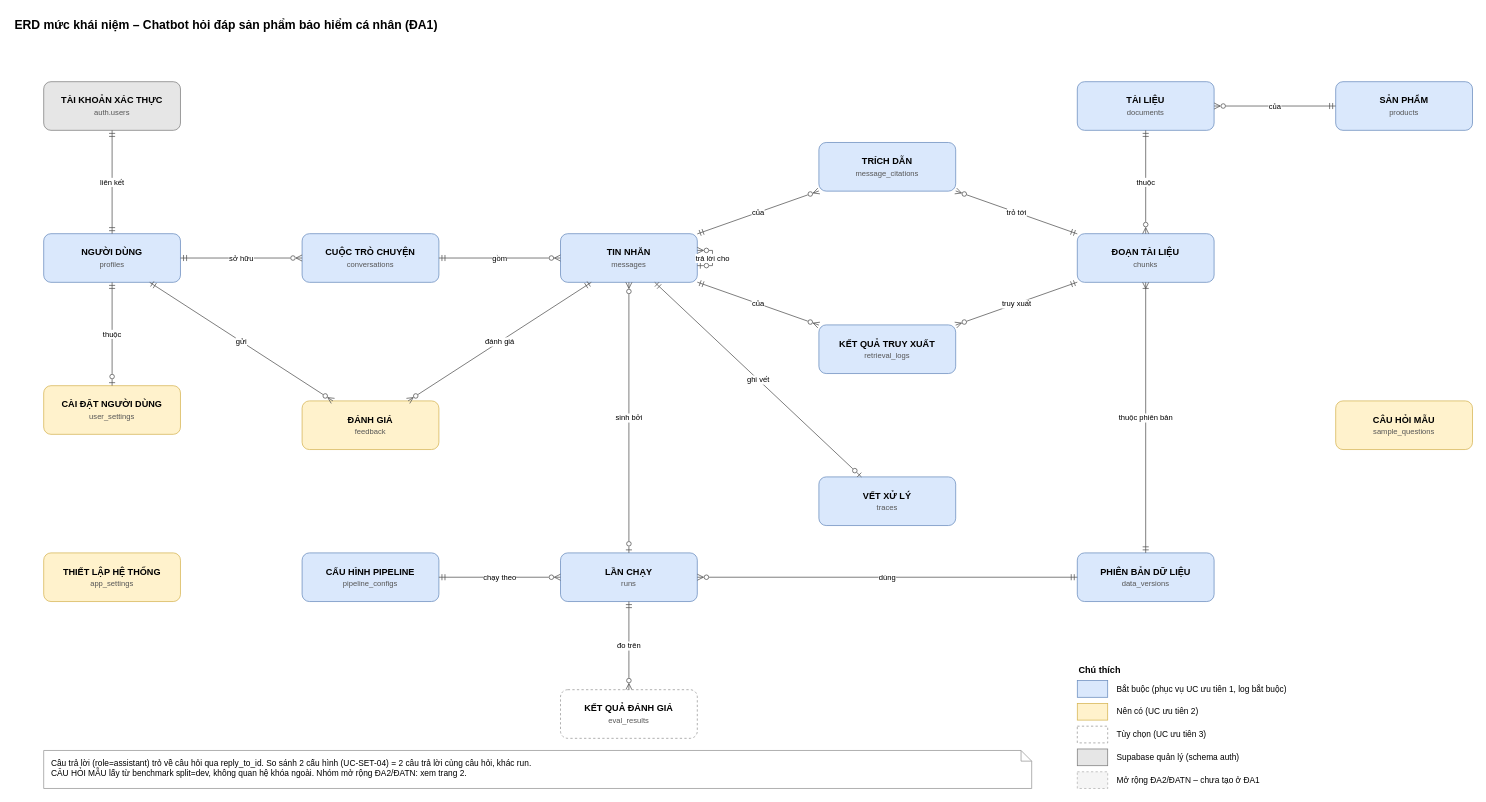
The draw.io diagram page "1. ERD" (1 of 3) of docs/roadmap/6.DA1_ERD_DataModel.drawio in daisyngocha/bv-rag, before the edit. Source tidied: cells renumbered, new cells numbered last; positions are measured from the earlier drawing's top-left corner, leaving out a move shared by most shapes. Both pictures are drawn from the tidied source at 76%, with x=0, y=0 at pixel (13, 13).
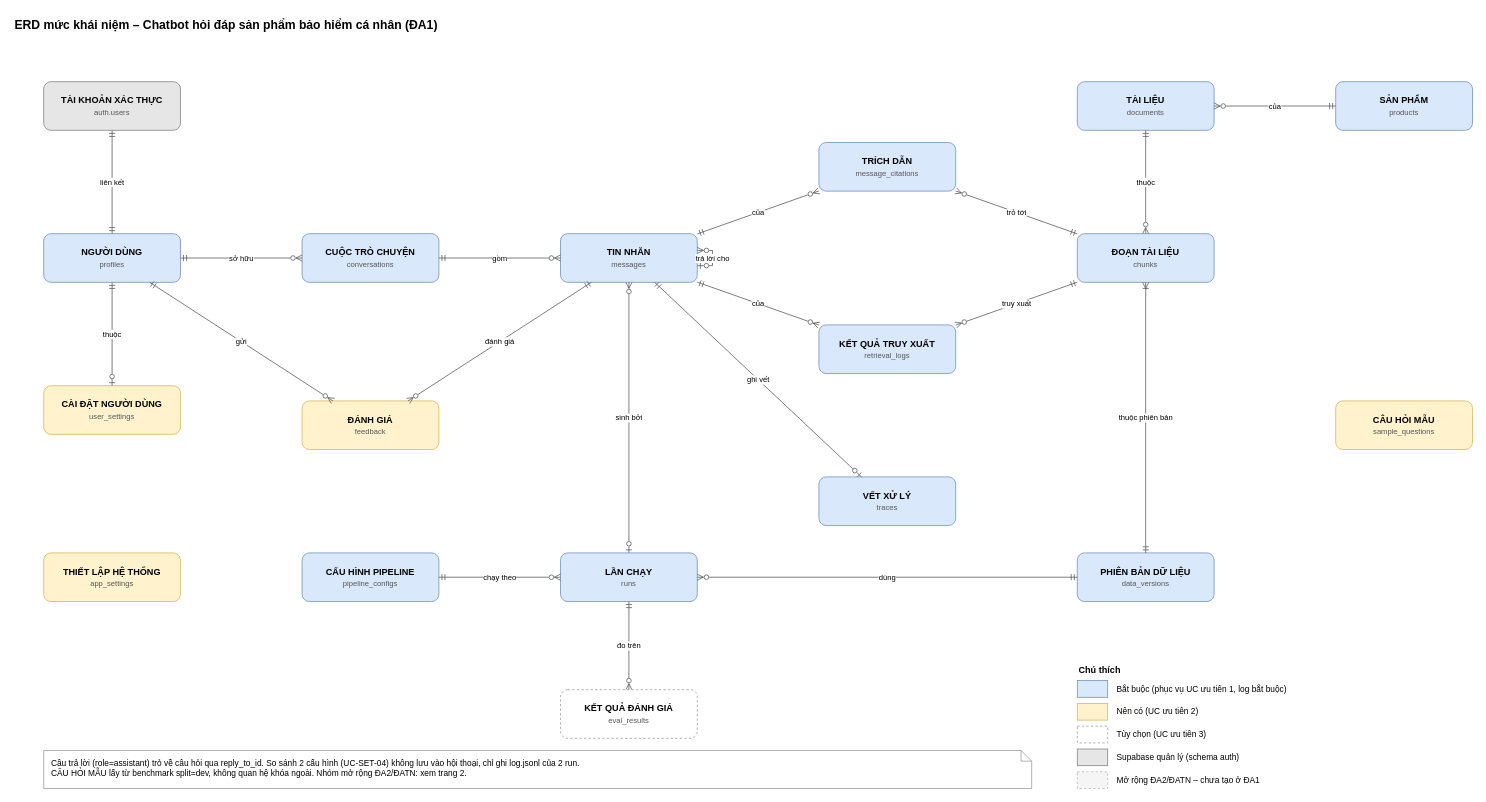
The same page after the edit.

Commit message (it also covers changes not shown here):
Cập nhật thiết kế theo Figma: danh sách phương thức v2 và tài liệu liên quan

The edit, as a diff of the source:
```diff
@@
-    <mxCell id="51" value="Câu trả lời (role=assistant) trỏ về câu hỏi qua reply_to_id. So sánh 2 cấu hình (UC-SET-04) = 2 câu trả lời cùng câu hỏi, khác run.&lt;br&gt;CÂU HỎI MẪU lấy từ benchmark split=dev, không quan hệ khóa ngoài. Nhóm mở rộng ĐA2/ĐATN: xem trang 2." style="shape=note;whiteSpace=wrap;html=1;size=14;align=left;verticalAlign=top;spacingLeft=8;spacingTop=4;fontSize=11;fillColor=#FFFFFF;strokeColor=#999999;fontFamily=Helvetica;" parent="1" vertex="1">
+    <mxCell id="51" value="Câu trả lời (role=assistant) trỏ về câu hỏi qua reply_to_id. So sánh 2 cấu hình (UC-SET-04) không lưu vào hội thoại, chỉ ghi log.jsonl của 2 run.&lt;br&gt;CÂU HỎI MẪU lấy từ benchmark split=dev, không quan hệ khóa ngoài. Nhóm mở rộng ĐA2/ĐATN: xem trang 2." style="shape=note;whiteSpace=wrap;html=1;size=14;align=left;verticalAlign=top;spacingLeft=8;spacingTop=4;fontSize=11;fillColor=#FFFFFF;strokeColor=#999999;fontFamily=Helvetica;" parent="1" vertex="1">
       <mxGeometry x="40" y="970" width="1300" height="50" as="geometry" />
     </mxCell>
```
